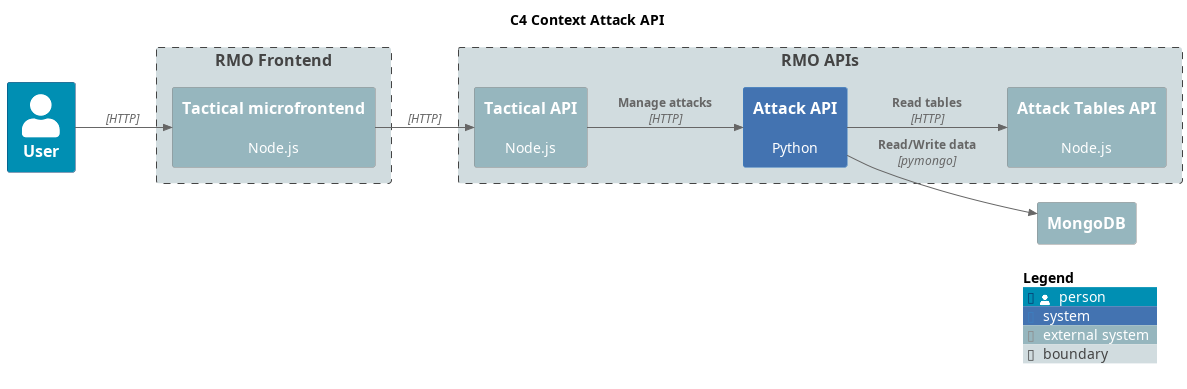
Above: diagrams/c4-context.png in labcabrera/rmu-api-attack (PlantUML), before the change. Source of this version:
```plantuml
@startuml C4 Context Attack API
title C4 Context Attack API

!include https://raw.githubusercontent.com/plantuml-stdlib/C4-PlantUML/master/C4_Context.puml

LAYOUT_LEFT_RIGHT()

UpdateElementStyle(person, $bgColor="#008fb3")
UpdateElementStyle(system, $bgColor="#4373b1ff")
UpdateElementStyle(external_system, $bgColor="#96b6beff")
UpdateElementStyle(boundary, $bgColor="#d1dcdfff")

Person(user, "User")

Boundary(frontend, "RMO Frontend") {
    System_Ext(rmu_fe_tactical, "Tactical microfrontend", "Node.js")
}

Boundary(apis, "RMO APIs") {
    System_Ext(rmu_api_tactical, "Tactical API", "Node.js")
    System(rmu_api_attack, "Attack API", "Python")
    System_Ext(rmu_api_attack_tables, "Attack Tables API", "Node.js")
}

System_Ext(mongodb, "MongoDB", "")

Rel(user, rmu_fe_tactical, "", "HTTP")

Rel(rmu_fe_tactical, rmu_api_tactical, "", "HTTP")
Rel(rmu_api_tactical, rmu_api_attack, "Manage attacks", "HTTP")
Rel(rmu_api_attack, rmu_api_attack_tables, "Read tables", "HTTP")

Rel(rmu_api_attack, mongodb, "Read/Write data", "pymongo")


SHOW_LEGEND()

@enduml
```
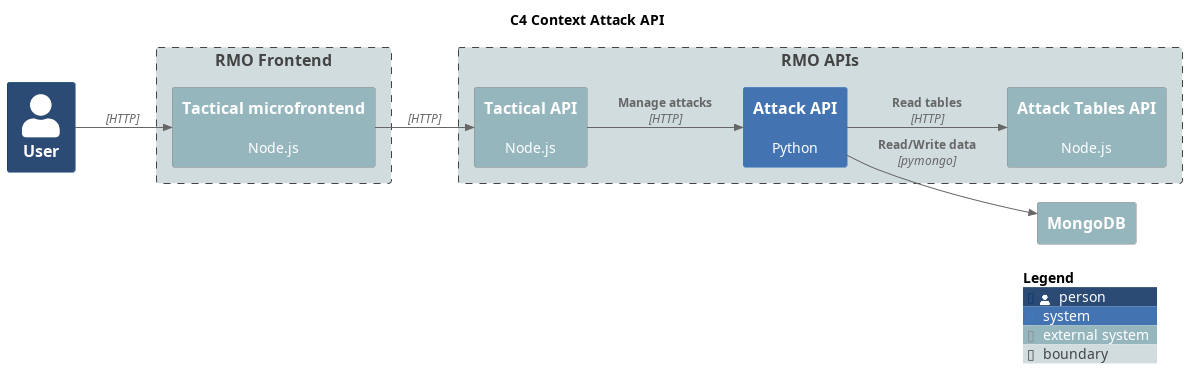
The same diagram one commit later.

Diff of the diagram source:
```diff
@@ -5,7 +5,7 @@
 
 LAYOUT_LEFT_RIGHT()
 
-UpdateElementStyle(person, $bgColor="#008fb3")
+UpdateElementStyle(person, $bgColor="#2b4a74ff")
 UpdateElementStyle(system, $bgColor="#4373b1ff")
 UpdateElementStyle(external_system, $bgColor="#96b6beff")
 UpdateElementStyle(boundary, $bgColor="#d1dcdfff")
```
